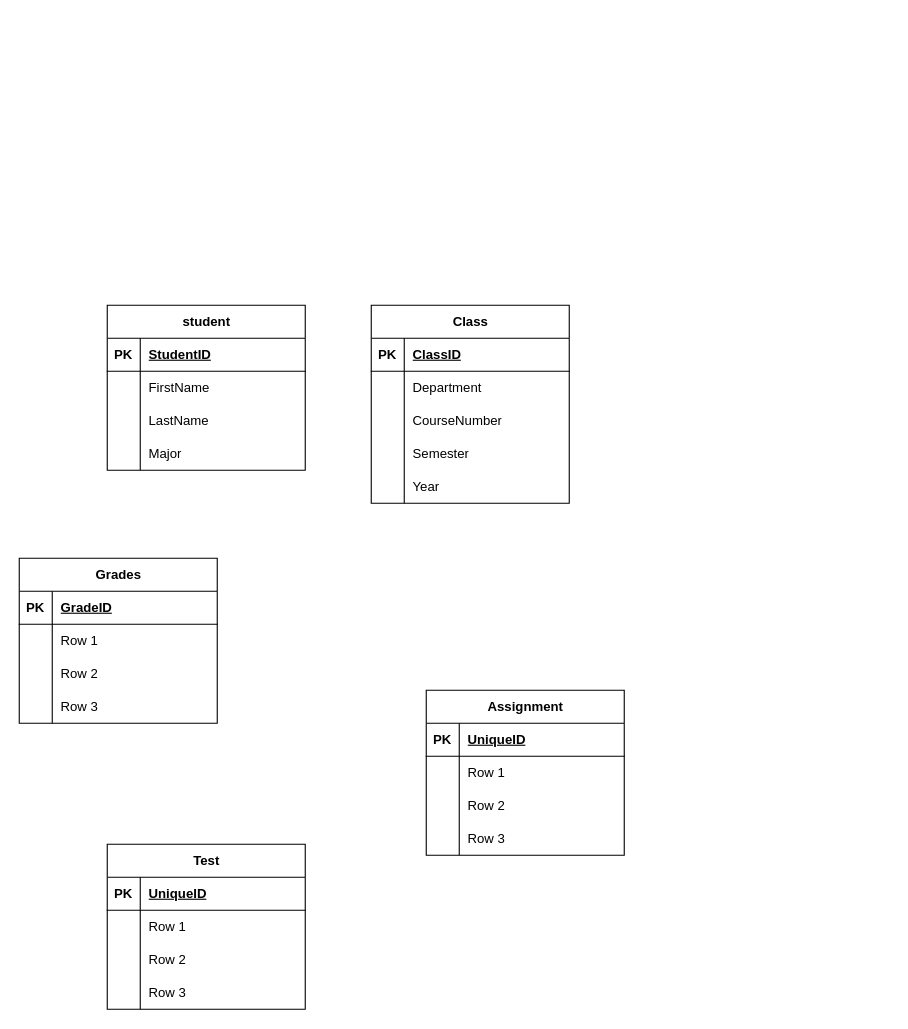
The draw.io diagram Midterm.drawio in Ejoy243/ERDs, before the edit. Source tidied: cells renumbered, new cells numbered last; positions are measured from the earlier drawing's top-left corner, leaving out a move shared by most shapes. Both pictures are drawn from the tidied source at 110%, with x=0, y=0 at pixel (19, 305).
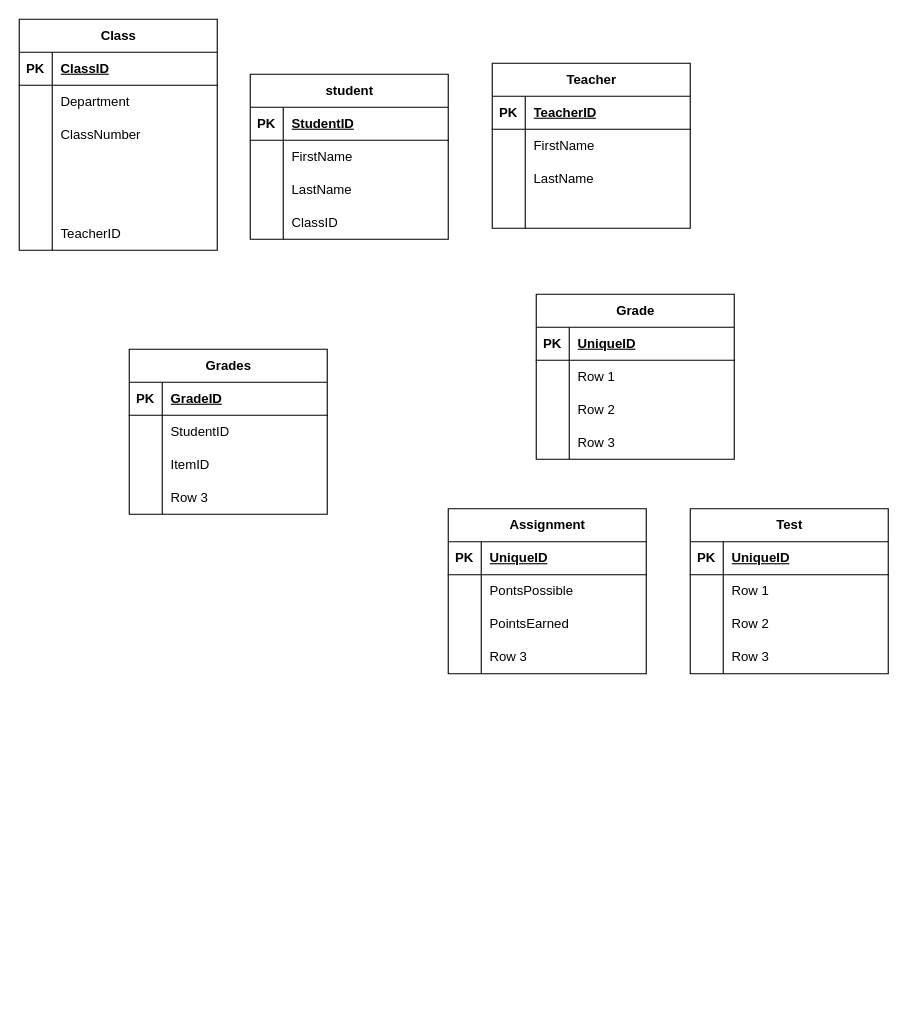
The same page after the edit.

The change refers to these unchanged cells:
```xml
<mxCell id="9" style="shape=tableRow;horizontal=0;startSize=0;swimlaneHead=0;swimlaneBody=0;fillColor=none;top=0;left=0;right=0;bottom=0;" parent="2" vertex="1">
  <mxGeometry y="90" width="180" height="30" as="geometry" />
</mxCell>
<mxCell id="12" style="shape=tableRow;horizontal=0;startSize=0;swimlaneHead=0;swimlaneBody=0;fillColor=none;top=0;left=0;right=0;bottom=0;" parent="2" vertex="1">
  <mxGeometry y="120" width="180" height="30" as="geometry" />
</mxCell>
<mxCell id="15" style="shape=tableRow;horizontal=0;startSize=0;swimlaneHead=0;swimlaneBody=0;fillColor=none;top=0;left=0;right=0;bottom=0;" parent="2" vertex="1">
  <mxGeometry y="150" width="180" height="30" as="geometry" />
</mxCell>
<mxCell id="28" style="shape=tableRow;horizontal=0;startSize=0;swimlaneHead=0;swimlaneBody=0;fillColor=none;top=0;left=0;right=0;bottom=0;" parent="18" vertex="1">
  <mxGeometry y="120" width="180" height="30" as="geometry" />
</mxCell>
<mxCell id="48" style="shape=tableRow;horizontal=0;startSize=0;swimlaneHead=0;swimlaneBody=0;fillColor=none;top=0;left=0;right=0;bottom=0;" parent="44" vertex="1">
  <mxGeometry y="60" width="180" height="30" as="geometry" />
</mxCell>
<mxCell id="51" style="shape=tableRow;horizontal=0;startSize=0;swimlaneHead=0;swimlaneBody=0;fillColor=none;top=0;left=0;right=0;bottom=0;" parent="44" vertex="1">
  <mxGeometry y="90" width="180" height="30" as="geometry" />
</mxCell>
<mxCell id="61" style="shape=tableRow;horizontal=0;startSize=0;swimlaneHead=0;swimlaneBody=0;fillColor=none;top=0;left=0;right=0;bottom=0;" parent="57" vertex="1">
  <mxGeometry y="60" width="180" height="30" as="geometry" />
</mxCell>
<mxCell id="64" style="shape=tableRow;horizontal=0;startSize=0;swimlaneHead=0;swimlaneBody=0;fillColor=none;top=0;left=0;right=0;bottom=0;" parent="57" vertex="1">
  <mxGeometry y="90" width="180" height="30" as="geometry" />
</mxCell>
```

Change to the diagram source:
```diff
@@
     <mxCell id="2" value="Class" style="shape=table;startSize=30;childLayout=tableLayout;rowLines=0;fontStyle=1;align=center;html=1;" parent="1" vertex="1">
-      <mxGeometry x="320" width="180" height="180" as="geometry" />
+      <mxGeometry y="-260" width="180" height="210" as="geometry" />
     </mxCell>
@@
-    <mxCell id="11" value="CourseNumber" style="shape=partialRectangle;fillColor=none;top=0;left=0;bottom=0;right=0;align=left;spacingLeft=6;overflow=hidden;whiteSpace=wrap;html=1;" parent="9" vertex="1">
+    <mxCell id="11" value="ClassNumber" style="shape=partialRectangle;fillColor=none;top=0;left=0;bottom=0;right=0;align=left;spacingLeft=6;overflow=hidden;whiteSpace=wrap;html=1;" parent="9" vertex="1">
       <mxGeometry x="30" width="150" height="30" as="geometry" />
     </mxCell>
@@
-    <mxCell id="14" value="Semester" style="shape=partialRectangle;fillColor=none;top=0;left=0;bottom=0;right=0;align=left;spacingLeft=6;overflow=hidden;whiteSpace=wrap;html=1;" parent="12" vertex="1">
+    <mxCell id="14" style="shape=partialRectangle;fillColor=none;top=0;left=0;bottom=0;right=0;align=left;spacingLeft=6;overflow=hidden;whiteSpace=wrap;html=1;" parent="12" vertex="1">
       <mxGeometry x="30" width="150" height="30" as="geometry" />
     </mxCell>
@@
-    <mxCell id="17" value="Year" style="shape=partialRectangle;fillColor=none;top=0;left=0;bottom=0;right=0;align=left;spacingLeft=6;overflow=hidden;whiteSpace=wrap;html=1;" parent="15" vertex="1">
+    <mxCell id="17" style="shape=partialRectangle;fillColor=none;top=0;left=0;bottom=0;right=0;align=left;spacingLeft=6;overflow=hidden;whiteSpace=wrap;html=1;" parent="15" vertex="1">
       <mxGeometry x="30" width="150" height="30" as="geometry" />
     </mxCell>
+    <mxCell id="70" style="shape=tableRow;horizontal=0;startSize=0;swimlaneHead=0;swimlaneBody=0;fillColor=none;top=0;left=0;right=0;bottom=0;" parent="2" vertex="1">
+      <mxGeometry y="180" width="180" height="30" as="geometry" />
+    </mxCell>
+    <mxCell id="71" style="shape=partialRectangle;fillColor=none;top=0;left=0;bottom=0;right=0;overflow=hidden;whiteSpace=wrap;html=1;" parent="70" vertex="1">
+      <mxGeometry width="30" height="30" as="geometry" />
+    </mxCell>
+    <mxCell id="72" value="TeacherID" style="shape=partialRectangle;fillColor=none;top=0;left=0;bottom=0;right=0;align=left;spacingLeft=6;overflow=hidden;whiteSpace=wrap;html=1;" parent="70" vertex="1">
+      <mxGeometry x="30" width="150" height="30" as="geometry" />
+    </mxCell>
     <mxCell id="18" value="student" style="shape=table;startSize=30;childLayout=tableLayout;rowLines=0;fontStyle=1;align=center;html=1;" parent="1" vertex="1">
-      <mxGeometry x="80" width="180" height="150" as="geometry" />
+      <mxGeometry x="210" y="-210" width="180" height="150" as="geometry" />
     </mxCell>
@@
-    <mxCell id="30" value="Major" style="shape=partialRectangle;fillColor=none;top=0;left=0;bottom=0;right=0;align=left;spacingLeft=6;overflow=hidden;whiteSpace=wrap;html=1;" parent="28" vertex="1">
+    <mxCell id="30" value="ClassID" style="shape=partialRectangle;fillColor=none;top=0;left=0;bottom=0;right=0;align=left;spacingLeft=6;overflow=hidden;whiteSpace=wrap;html=1;" parent="28" vertex="1">
       <mxGeometry x="30" width="150" height="30" as="geometry" />
     </mxCell>
     <mxCell id="31" value="Test" style="shape=table;startSize=30;childLayout=tableLayout;rowLines=0;fontStyle=1;align=center;html=1;" parent="1" vertex="1">
-      <mxGeometry x="80" y="490" width="180" height="150" as="geometry" />
+      <mxGeometry x="610" y="185" width="180" height="150" as="geometry" />
     </mxCell>
@@
     <mxCell id="44" value="Assignment" style="shape=table;startSize=30;childLayout=tableLayout;rowLines=0;fontStyle=1;align=center;html=1;" parent="1" vertex="1">
-      <mxGeometry x="370" y="350" width="180" height="150" as="geometry" />
+      <mxGeometry x="390" y="185" width="180" height="150" as="geometry" />
     </mxCell>
@@
-    <mxCell id="50" value="Row 1" style="shape=partialRectangle;fillColor=none;top=0;left=0;bottom=0;right=0;align=left;spacingLeft=6;overflow=hidden;whiteSpace=wrap;html=1;" parent="48" vertex="1">
+    <mxCell id="50" value="PontsPossible" style="shape=partialRectangle;fillColor=none;top=0;left=0;bottom=0;right=0;align=left;spacingLeft=6;overflow=hidden;whiteSpace=wrap;html=1;" parent="48" vertex="1">
       <mxGeometry x="30" width="150" height="30" as="geometry" />
     </mxCell>
@@
-    <mxCell id="53" value="Row 2" style="shape=partialRectangle;fillColor=none;top=0;left=0;bottom=0;right=0;align=left;spacingLeft=6;overflow=hidden;whiteSpace=wrap;html=1;" parent="51" vertex="1">
+    <mxCell id="53" value="PointsEarned" style="shape=partialRectangle;fillColor=none;top=0;left=0;bottom=0;right=0;align=left;spacingLeft=6;overflow=hidden;whiteSpace=wrap;html=1;" parent="51" vertex="1">
       <mxGeometry x="30" width="150" height="30" as="geometry" />
     </mxCell>
@@
     <mxCell id="57" value="Grades" style="shape=table;startSize=30;childLayout=tableLayout;rowLines=0;fontStyle=1;align=center;html=1;" parent="1" vertex="1">
-      <mxGeometry y="230" width="180" height="150" as="geometry" />
+      <mxGeometry x="100" y="40" width="180" height="150" as="geometry" />
     </mxCell>
@@
-    <mxCell id="63" value="Row 1" style="shape=partialRectangle;fillColor=none;top=0;left=0;bottom=0;right=0;align=left;spacingLeft=6;overflow=hidden;whiteSpace=wrap;html=1;" parent="61" vertex="1">
+    <mxCell id="63" value="StudentID" style="shape=partialRectangle;fillColor=none;top=0;left=0;bottom=0;right=0;align=left;spacingLeft=6;overflow=hidden;whiteSpace=wrap;html=1;" parent="61" vertex="1">
       <mxGeometry x="30" width="150" height="30" as="geometry" />
     </mxCell>
@@
-    <mxCell id="66" value="Row 2" style="shape=partialRectangle;fillColor=none;top=0;left=0;bottom=0;right=0;align=left;spacingLeft=6;overflow=hidden;whiteSpace=wrap;html=1;" parent="64" vertex="1">
+    <mxCell id="66" value="ItemID" style="shape=partialRectangle;fillColor=none;top=0;left=0;bottom=0;right=0;align=left;spacingLeft=6;overflow=hidden;whiteSpace=wrap;html=1;" parent="64" vertex="1">
       <mxGeometry x="30" width="150" height="30" as="geometry" />
     </mxCell>
@@
+    <mxCell id="73" value="Teacher" style="shape=table;startSize=30;childLayout=tableLayout;rowLines=0;fontStyle=1;align=center;html=1;" parent="1" vertex="1">
+      <mxGeometry x="430" y="-220" width="180" height="150" as="geometry" />
+    </mxCell>
+    <mxCell id="74" style="shape=tableRow;horizontal=0;startSize=0;swimlaneHead=0;swimlaneBody=0;fillColor=none;top=0;left=0;right=0;bottom=1;" parent="73" vertex="1">
+      <mxGeometry y="30" width="180" height="30" as="geometry" />
+    </mxCell>
+    <mxCell id="75" value="PK" style="shape=partialRectangle;fillColor=none;top=0;left=0;bottom=0;right=0;fontStyle=1;overflow=hidden;whiteSpace=wrap;html=1;" parent="74" vertex="1">
+      <mxGeometry width="30" height="30" as="geometry" />
+    </mxCell>
+    <mxCell id="76" value="TeacherID" style="shape=partialRectangle;fillColor=none;top=0;left=0;bottom=0;right=0;align=left;spacingLeft=6;fontStyle=5;overflow=hidden;whiteSpace=wrap;html=1;" parent="74" vertex="1">
+      <mxGeometry x="30" width="150" height="30" as="geometry" />
+    </mxCell>
+    <mxCell id="77" style="shape=tableRow;horizontal=0;startSize=0;swimlaneHead=0;swimlaneBody=0;fillColor=none;top=0;left=0;right=0;bottom=0;" parent="73" vertex="1">
+      <mxGeometry y="60" width="180" height="30" as="geometry" />
+    </mxCell>
+    <mxCell id="78" style="shape=partialRectangle;fillColor=none;top=0;left=0;bottom=0;right=0;overflow=hidden;whiteSpace=wrap;html=1;" parent="77" vertex="1">
+      <mxGeometry width="30" height="30" as="geometry" />
+    </mxCell>
+    <mxCell id="79" value="FirstName" style="shape=partialRectangle;fillColor=none;top=0;left=0;bottom=0;right=0;align=left;spacingLeft=6;overflow=hidden;whiteSpace=wrap;html=1;" parent="77" vertex="1">
+      <mxGeometry x="30" width="150" height="30" as="geometry" />
+    </mxCell>
+    <mxCell id="80" style="shape=tableRow;horizontal=0;startSize=0;swimlaneHead=0;swimlaneBody=0;fillColor=none;top=0;left=0;right=0;bottom=0;" parent="73" vertex="1">
+      <mxGeometry y="90" width="180" height="30" as="geometry" />
+    </mxCell>
+    <mxCell id="81" style="shape=partialRectangle;fillColor=none;top=0;left=0;bottom=0;right=0;overflow=hidden;whiteSpace=wrap;html=1;" parent="80" vertex="1">
+      <mxGeometry width="30" height="30" as="geometry" />
+    </mxCell>
+    <mxCell id="82" value="LastName" style="shape=partialRectangle;fillColor=none;top=0;left=0;bottom=0;right=0;align=left;spacingLeft=6;overflow=hidden;whiteSpace=wrap;html=1;" parent="80" vertex="1">
+      <mxGeometry x="30" width="150" height="30" as="geometry" />
+    </mxCell>
+    <mxCell id="83" style="shape=tableRow;horizontal=0;startSize=0;swimlaneHead=0;swimlaneBody=0;fillColor=none;top=0;left=0;right=0;bottom=0;" parent="73" vertex="1">
+      <mxGeometry y="120" width="180" height="30" as="geometry" />
+    </mxCell>
+    <mxCell id="84" style="shape=partialRectangle;fillColor=none;top=0;left=0;bottom=0;right=0;overflow=hidden;whiteSpace=wrap;html=1;" parent="83" vertex="1">
+      <mxGeometry width="30" height="30" as="geometry" />
+    </mxCell>
+    <mxCell id="85" style="shape=partialRectangle;fillColor=none;top=0;left=0;bottom=0;right=0;align=left;spacingLeft=6;overflow=hidden;whiteSpace=wrap;html=1;" parent="83" vertex="1">
+      <mxGeometry x="30" width="150" height="30" as="geometry" />
+    </mxCell>
+    <mxCell id="86" value="Grade" style="shape=table;startSize=30;childLayout=tableLayout;rowLines=0;fontStyle=1;align=center;html=1;" parent="1" vertex="1">
+      <mxGeometry x="470" y="-10" width="180" height="150" as="geometry" />
+    </mxCell>
+    <mxCell id="87" style="shape=tableRow;horizontal=0;startSize=0;swimlaneHead=0;swimlaneBody=0;fillColor=none;top=0;left=0;right=0;bottom=1;" parent="86" vertex="1">
+      <mxGeometry y="30" width="180" height="30" as="geometry" />
+    </mxCell>
+    <mxCell id="88" value="PK" style="shape=partialRectangle;fillColor=none;top=0;left=0;bottom=0;right=0;fontStyle=1;overflow=hidden;whiteSpace=wrap;html=1;" parent="87" vertex="1">
+      <mxGeometry width="30" height="30" as="geometry" />
+    </mxCell>
+    <mxCell id="89" value="UniqueID" style="shape=partialRectangle;fillColor=none;top=0;left=0;bottom=0;right=0;align=left;spacingLeft=6;fontStyle=5;overflow=hidden;whiteSpace=wrap;html=1;" parent="87" vertex="1">
+      <mxGeometry x="30" width="150" height="30" as="geometry" />
+    </mxCell>
+    <mxCell id="90" style="shape=tableRow;horizontal=0;startSize=0;swimlaneHead=0;swimlaneBody=0;fillColor=none;top=0;left=0;right=0;bottom=0;" parent="86" vertex="1">
+      <mxGeometry y="60" width="180" height="30" as="geometry" />
+    </mxCell>
+    <mxCell id="91" style="shape=partialRectangle;fillColor=none;top=0;left=0;bottom=0;right=0;overflow=hidden;whiteSpace=wrap;html=1;" parent="90" vertex="1">
+      <mxGeometry width="30" height="30" as="geometry" />
+    </mxCell>
+    <mxCell id="92" value="Row 1" style="shape=partialRectangle;fillColor=none;top=0;left=0;bottom=0;right=0;align=left;spacingLeft=6;overflow=hidden;whiteSpace=wrap;html=1;" parent="90" vertex="1">
+      <mxGeometry x="30" width="150" height="30" as="geometry" />
+    </mxCell>
+    <mxCell id="93" style="shape=tableRow;horizontal=0;startSize=0;swimlaneHead=0;swimlaneBody=0;fillColor=none;top=0;left=0;right=0;bottom=0;" parent="86" vertex="1">
+      <mxGeometry y="90" width="180" height="30" as="geometry" />
+    </mxCell>
+    <mxCell id="94" style="shape=partialRectangle;fillColor=none;top=0;left=0;bottom=0;right=0;overflow=hidden;whiteSpace=wrap;html=1;" parent="93" vertex="1">
+      <mxGeometry width="30" height="30" as="geometry" />
+    </mxCell>
+    <mxCell id="95" value="Row 2" style="shape=partialRectangle;fillColor=none;top=0;left=0;bottom=0;right=0;align=left;spacingLeft=6;overflow=hidden;whiteSpace=wrap;html=1;" parent="93" vertex="1">
+      <mxGeometry x="30" width="150" height="30" as="geometry" />
+    </mxCell>
+    <mxCell id="96" style="shape=tableRow;horizontal=0;startSize=0;swimlaneHead=0;swimlaneBody=0;fillColor=none;top=0;left=0;right=0;bottom=0;" parent="86" vertex="1">
+      <mxGeometry y="120" width="180" height="30" as="geometry" />
+    </mxCell>
+    <mxCell id="97" style="shape=partialRectangle;fillColor=none;top=0;left=0;bottom=0;right=0;overflow=hidden;whiteSpace=wrap;html=1;" parent="96" vertex="1">
+      <mxGeometry width="30" height="30" as="geometry" />
+    </mxCell>
+    <mxCell id="98" value="Row 3" style="shape=partialRectangle;fillColor=none;top=0;left=0;bottom=0;right=0;align=left;spacingLeft=6;overflow=hidden;whiteSpace=wrap;html=1;" parent="96" vertex="1">
+      <mxGeometry x="30" width="150" height="30" as="geometry" />
+    </mxCell>
```
